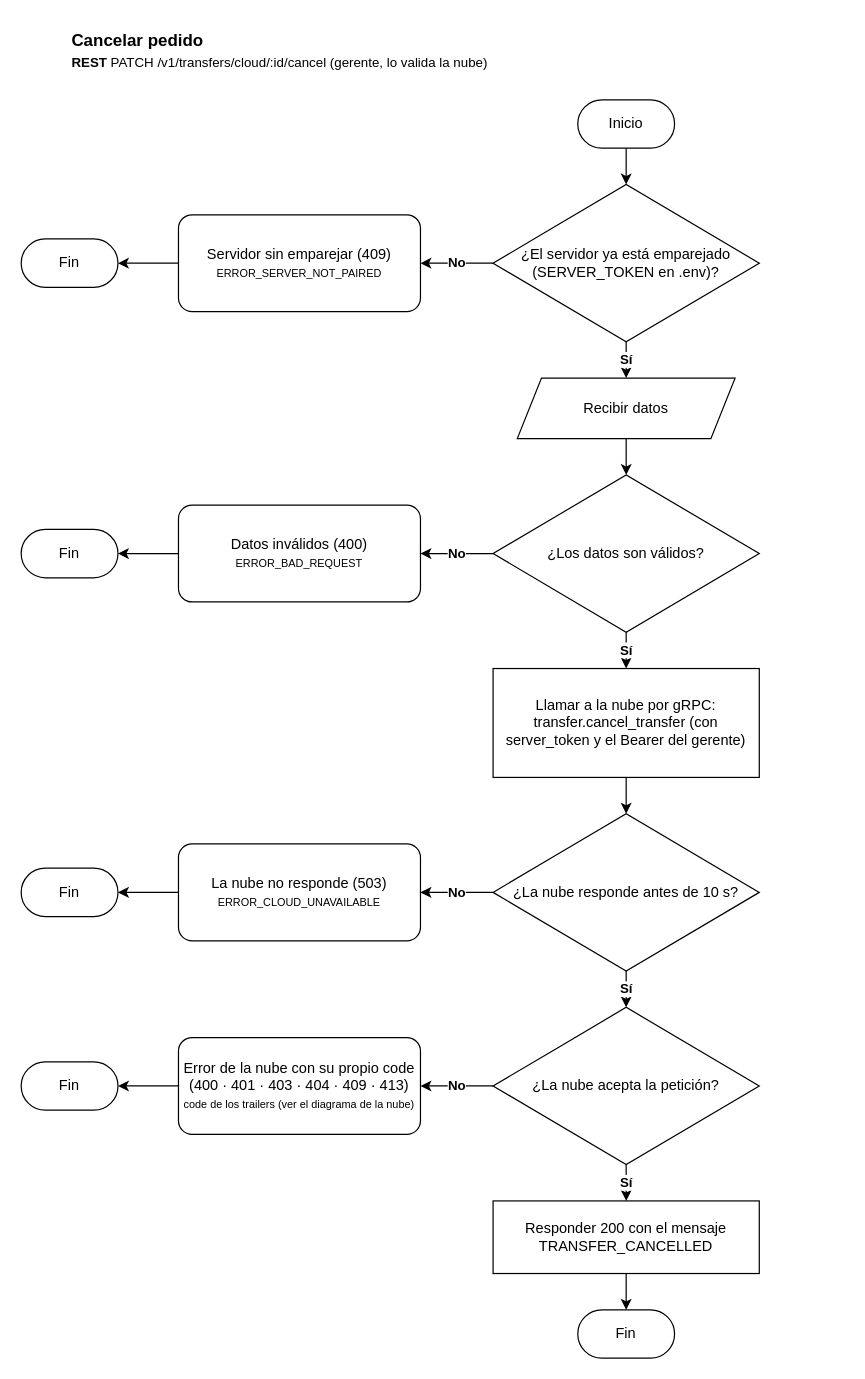
This is documents/diagrams/workflows/transfer/cloud/cancel.drawio from Andry510/miyabi-restaurant-server, a draw.io file, before an edit. Source tidied: cells renumbered, new cells numbered last; positions are measured from the earlier drawing's top-left corner, leaving out a move shared by most shapes. Both pictures are drawn from the tidied source at 121%, with x=0, y=0 at pixel (21, 21).
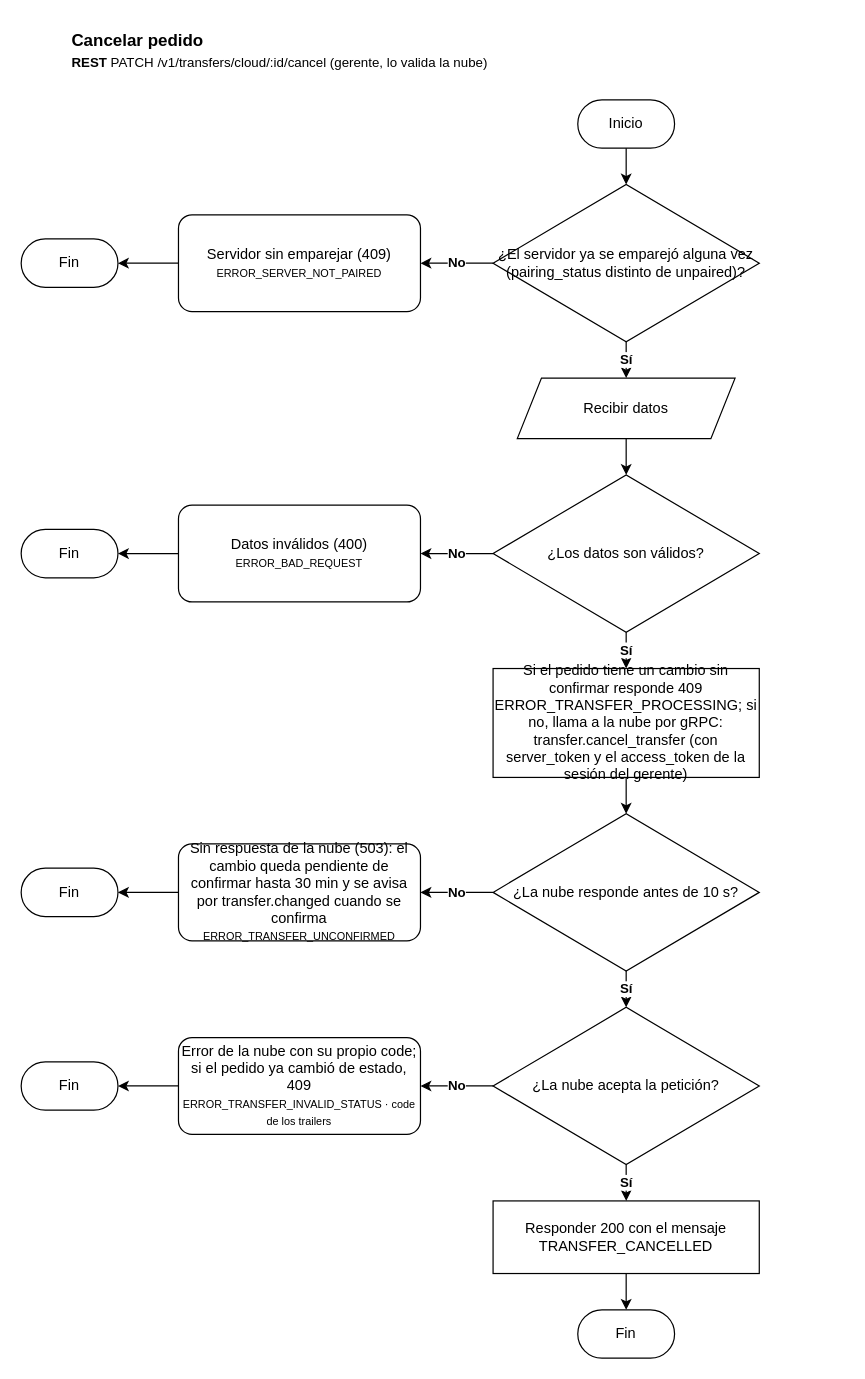
The same diagram, later.

Diff of the diagram source:
```diff
@@
-    <mxCell id="4" value="¿El servidor ya está emparejado (SERVER_TOKEN en .env)?" style="rhombus;whiteSpace=wrap;html=1;rounded=1;arcSize=0;" parent="1" vertex="1">
+    <mxCell id="4" value="¿El servidor ya se emparejó alguna vez (pairing_status distinto de unpaired)?" style="rhombus;whiteSpace=wrap;html=1;rounded=1;arcSize=0;" parent="1" vertex="1">
       <mxGeometry x="390" y="135" width="220" height="130" as="geometry" />
     </mxCell>
@@
-    <mxCell id="18" value="Llamar a la nube por gRPC: transfer.cancel_transfer (con server_token y el Bearer del gerente)" style="rounded=0;whiteSpace=wrap;html=1;" parent="1" vertex="1">
+    <mxCell id="18" value="Si el pedido tiene un cambio sin confirmar responde 409 ERROR_TRANSFER_PROCESSING; si no, llama a la nube por gRPC: transfer.cancel_transfer (con server_token y el access_token de la sesión del gerente)" style="rounded=0;whiteSpace=wrap;html=1;" parent="1" vertex="1">
       <mxGeometry x="390" y="535" width="220" height="90" as="geometry" />
     </mxCell>
@@
-    <mxCell id="22" value="La nube no responde (503)&lt;br&gt;&lt;font style=&quot;font-size: 9px;&quot;&gt;ERROR_CLOUD_UNAVAILABLE&lt;/font&gt;" style="rounded=1;whiteSpace=wrap;html=1;arcSize=14;" parent="1" vertex="1">
+    <mxCell id="22" value="Sin respuesta de la nube (503): el cambio queda pendiente de confirmar hasta 30 min y se avisa por transfer.changed cuando se confirma&lt;br&gt;&lt;font style=&quot;font-size: 9px;&quot;&gt;ERROR_TRANSFER_UNCONFIRMED&lt;/font&gt;" style="rounded=1;whiteSpace=wrap;html=1;arcSize=14;" parent="1" vertex="1">
       <mxGeometry x="130" y="680" width="200" height="80" as="geometry" />
     </mxCell>
@@
-    <mxCell id="28" value="Error de la nube con su propio code (400 · 401 · 403 · 404 · 409 · 413)&lt;br&gt;&lt;font style=&quot;font-size: 9px;&quot;&gt;code de los trailers (ver el diagrama de la nube)&lt;/font&gt;" style="rounded=1;whiteSpace=wrap;html=1;arcSize=14;" parent="1" vertex="1">
+    <mxCell id="28" value="Error de la nube con su propio code; si el pedido ya cambió de estado, 409&lt;br&gt;&lt;font style=&quot;font-size: 9px;&quot;&gt;ERROR_TRANSFER_INVALID_STATUS · code de los trailers&lt;/font&gt;" style="rounded=1;whiteSpace=wrap;html=1;arcSize=14;" parent="1" vertex="1">
       <mxGeometry x="130" y="840" width="200" height="80" as="geometry" />
     </mxCell>
```
